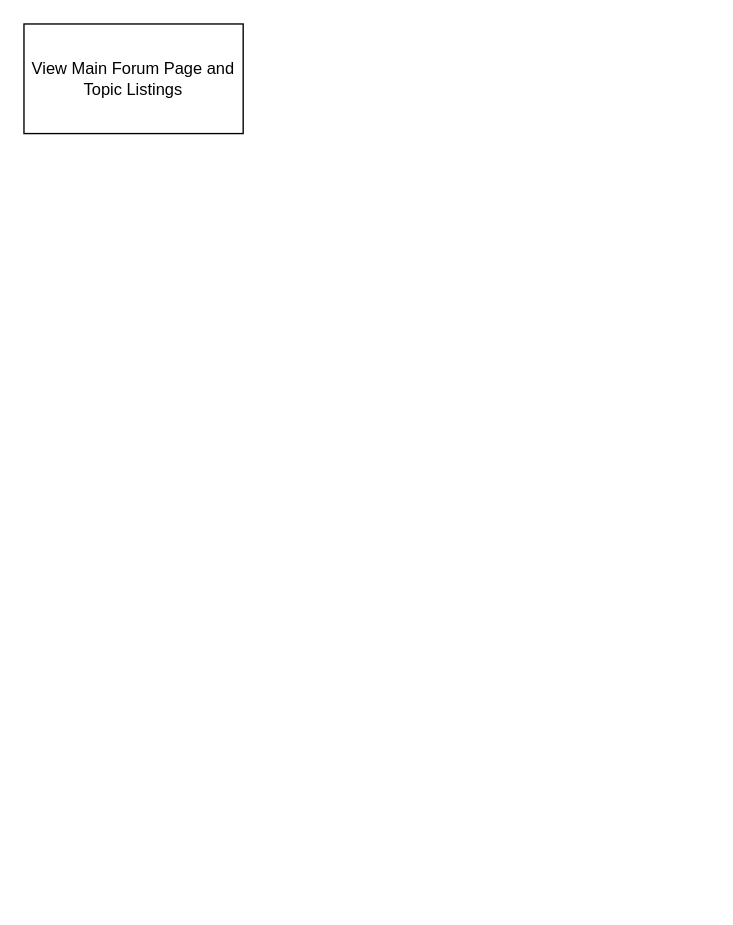
Earlier version of the draw.io diagram page "ViewMessageForum" (9 of 15) of Chronicle_Initial_App_Wireframe_Designs.drawio (Vaibhav-G-Parmar/Chronicle-Your-Ultimate-Travel-Companion). Source tidied: cells renumbered, new cells numbered last; positions are measured from the earlier drawing's top-left corner, leaving out a move shared by most shapes. Both pictures are drawn from the tidied source at 137%, with x=0, y=0 at pixel (23, 23).
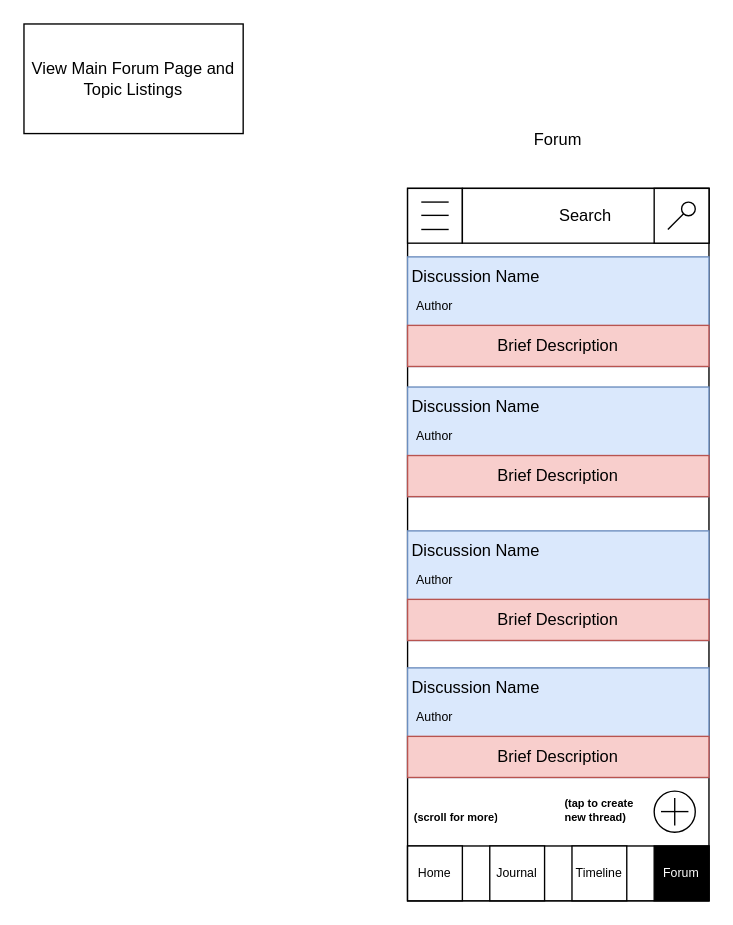
The same page after the edit.

The edit, as a diff of the source:
```diff
@@
+    <mxCell id="3" style="endArrow=none;html=1;rounded=0;" parent="1" edge="1">
+      <mxGeometry relative="1" as="geometry">
+        <mxPoint x="480" y="160" as="sourcePoint" />
+        <mxPoint x="480" y="160" as="targetPoint" />
+      </mxGeometry>
+    </mxCell>
+    <mxCell id="4" style="rounded=0;whiteSpace=wrap;html=1;" parent="1" vertex="1">
+      <mxGeometry x="280" y="120" width="220" height="520" as="geometry" />
+    </mxCell>
+    <mxCell id="5" style="rounded=0;whiteSpace=wrap;html=1;" parent="1" vertex="1">
+      <mxGeometry x="280" y="600" width="220" height="40" as="geometry" />
+    </mxCell>
+    <mxCell id="6" value="Forum" style="rounded=0;whiteSpace=wrap;html=1;fontSize=9;fillColor=#000000;fontColor=#FFFFFF;" parent="1" vertex="1">
+      <mxGeometry x="460" y="600" width="40" height="40" as="geometry" />
+    </mxCell>
+    <mxCell id="7" value="Timeline" style="rounded=0;whiteSpace=wrap;html=1;fontSize=9;" parent="1" vertex="1">
+      <mxGeometry x="400" y="600" width="40" height="40" as="geometry" />
+    </mxCell>
+    <mxCell id="8" value="Journal" style="rounded=0;whiteSpace=wrap;html=1;fontSize=9;" parent="1" vertex="1">
+      <mxGeometry x="340" y="600" width="40" height="40" as="geometry" />
+    </mxCell>
+    <mxCell id="9" value="Home" style="rounded=0;whiteSpace=wrap;html=1;fontSize=9;" parent="1" vertex="1">
+      <mxGeometry x="280" y="600" width="40" height="40" as="geometry" />
+    </mxCell>
+    <mxCell id="10" style="rounded=0;whiteSpace=wrap;html=1;fontSize=9;" parent="1" vertex="1">
+      <mxGeometry x="280" y="120" width="40" height="40" as="geometry" />
+    </mxCell>
+    <mxCell id="11" style="endArrow=none;html=1;rounded=0;" parent="1" edge="1">
+      <mxGeometry relative="1" as="geometry">
+        <mxPoint x="290" y="150" as="sourcePoint" />
+        <mxPoint x="310" y="150" as="targetPoint" />
+      </mxGeometry>
+    </mxCell>
+    <mxCell id="12" style="endArrow=none;html=1;rounded=0;" parent="1" edge="1">
+      <mxGeometry relative="1" as="geometry">
+        <mxPoint x="290" y="139.7" as="sourcePoint" />
+        <mxPoint x="310" y="139.7" as="targetPoint" />
+      </mxGeometry>
+    </mxCell>
+    <mxCell id="13" style="endArrow=none;html=1;rounded=0;" parent="1" edge="1">
+      <mxGeometry relative="1" as="geometry">
+        <mxPoint x="290" y="130" as="sourcePoint" />
+        <mxPoint x="310" y="130" as="targetPoint" />
+      </mxGeometry>
+    </mxCell>
+    <mxCell id="14" value="Search" style="rounded=0;whiteSpace=wrap;html=1;" parent="1" vertex="1">
+      <mxGeometry x="320" y="120" width="180" height="40" as="geometry" />
+    </mxCell>
+    <mxCell id="15" style="whiteSpace=wrap;html=1;" parent="1" vertex="1">
+      <mxGeometry x="460" y="120" width="40" height="40" as="geometry" />
+    </mxCell>
+    <mxCell id="16" style="endArrow=none;html=1;rounded=0;entryX=0;entryY=1;entryDx=0;entryDy=0;" parent="1" edge="1" target="17">
+      <mxGeometry relative="1" as="geometry">
+        <mxPoint x="470" y="150" as="sourcePoint" />
+      </mxGeometry>
+    </mxCell>
+    <mxCell id="17" style="ellipse;whiteSpace=wrap;html=1;" parent="1" vertex="1">
+      <mxGeometry x="480" y="130" width="10" height="10" as="geometry" />
+    </mxCell>
+    <mxCell id="18" value="Forum" style="text;html=1;strokeColor=none;fillColor=none;align=center;verticalAlign=middle;whiteSpace=wrap;rounded=0;" parent="1" vertex="1">
+      <mxGeometry x="360" y="70" width="60" height="30" as="geometry" />
+    </mxCell>
+    <mxCell id="19" style="rounded=0;whiteSpace=wrap;html=1;fillColor=#dae8fc;strokeColor=#6c8ebf;" parent="1" vertex="1">
+      <mxGeometry x="280" y="170" width="220" height="80" as="geometry" />
+    </mxCell>
+    <mxCell id="20" value="Discussion Name" style="text;html=1;strokeColor=none;fillColor=none;align=center;verticalAlign=middle;whiteSpace=wrap;rounded=0;" parent="1" vertex="1">
+      <mxGeometry x="280" y="170" width="100" height="30" as="geometry" />
+    </mxCell>
+    <mxCell id="21" value="&lt;font style=&quot;font-size: 9px;&quot;&gt;Author&lt;/font&gt;" style="text;html=1;strokeColor=none;fillColor=none;align=center;verticalAlign=middle;whiteSpace=wrap;rounded=0;" parent="1" vertex="1">
+      <mxGeometry x="270" y="190" width="60" height="30" as="geometry" />
+    </mxCell>
+    <mxCell id="22" value="Brief Description" style="rounded=0;whiteSpace=wrap;html=1;fillColor=#f8cecc;strokeColor=#b85450;" parent="1" vertex="1">
+      <mxGeometry x="280" y="220" width="220" height="30" as="geometry" />
+    </mxCell>
+    <mxCell id="23" style="rounded=0;whiteSpace=wrap;html=1;fillColor=#dae8fc;strokeColor=#6c8ebf;" parent="1" vertex="1">
+      <mxGeometry x="280" y="265" width="220" height="80" as="geometry" />
+    </mxCell>
+    <mxCell id="24" value="Discussion Name" style="text;html=1;strokeColor=none;fillColor=none;align=center;verticalAlign=middle;whiteSpace=wrap;rounded=0;" parent="1" vertex="1">
+      <mxGeometry x="280" y="265" width="100" height="30" as="geometry" />
+    </mxCell>
+    <mxCell id="25" value="&lt;font style=&quot;font-size: 9px;&quot;&gt;Author&lt;/font&gt;" style="text;html=1;strokeColor=none;fillColor=none;align=center;verticalAlign=middle;whiteSpace=wrap;rounded=0;" parent="1" vertex="1">
+      <mxGeometry x="270" y="285" width="60" height="30" as="geometry" />
+    </mxCell>
+    <mxCell id="26" value="Brief Description" style="rounded=0;whiteSpace=wrap;html=1;fillColor=#f8cecc;strokeColor=#b85450;" parent="1" vertex="1">
+      <mxGeometry x="280" y="315" width="220" height="30" as="geometry" />
+    </mxCell>
+    <mxCell id="27" style="rounded=0;whiteSpace=wrap;html=1;fillColor=#dae8fc;strokeColor=#6c8ebf;" parent="1" vertex="1">
+      <mxGeometry x="280" y="370" width="220" height="80" as="geometry" />
+    </mxCell>
+    <mxCell id="28" value="Discussion Name" style="text;html=1;strokeColor=none;fillColor=none;align=center;verticalAlign=middle;whiteSpace=wrap;rounded=0;" parent="1" vertex="1">
+      <mxGeometry x="280" y="370" width="100" height="30" as="geometry" />
+    </mxCell>
+    <mxCell id="29" value="&lt;font style=&quot;font-size: 9px;&quot;&gt;Author&lt;/font&gt;" style="text;html=1;strokeColor=none;fillColor=none;align=center;verticalAlign=middle;whiteSpace=wrap;rounded=0;" parent="1" vertex="1">
+      <mxGeometry x="270" y="390" width="60" height="30" as="geometry" />
+    </mxCell>
+    <mxCell id="30" value="Brief Description" style="rounded=0;whiteSpace=wrap;html=1;fillColor=#f8cecc;strokeColor=#b85450;" parent="1" vertex="1">
+      <mxGeometry x="280" y="420" width="220" height="30" as="geometry" />
+    </mxCell>
+    <mxCell id="31" style="ellipse;whiteSpace=wrap;html=1;" parent="1" vertex="1">
+      <mxGeometry x="460" y="560" width="30" height="30" as="geometry" />
+    </mxCell>
+    <mxCell id="32" style="endArrow=none;html=1;rounded=0;" parent="1" edge="1">
+      <mxGeometry relative="1" as="geometry">
+        <mxPoint x="475" y="585" as="sourcePoint" />
+        <mxPoint x="475" y="565" as="targetPoint" />
+      </mxGeometry>
+    </mxCell>
+    <mxCell id="33" style="endArrow=none;html=1;rounded=0;" parent="1" edge="1">
+      <mxGeometry relative="1" as="geometry">
+        <mxPoint x="465" y="574.9" as="sourcePoint" />
+        <mxPoint x="485" y="574.9" as="targetPoint" />
+      </mxGeometry>
+    </mxCell>
+    <mxCell id="34" value="&lt;h1 style=&quot;font-size: 8px;&quot;&gt;(tap to create new thread)&lt;/h1&gt;" style="text;html=1;strokeColor=none;fillColor=none;spacing=5;spacingTop=0;whiteSpace=wrap;overflow=hidden;rounded=0;fontSize=8;" parent="1" vertex="1">
+      <mxGeometry x="390" y="550" width="70" height="40" as="geometry" />
+    </mxCell>
+    <mxCell id="35" value="&lt;h1 style=&quot;font-size: 8px;&quot;&gt;(scroll for more)&lt;/h1&gt;" style="text;html=1;strokeColor=none;fillColor=none;spacing=5;spacingTop=0;whiteSpace=wrap;overflow=hidden;rounded=0;fontSize=8;" parent="1" vertex="1">
+      <mxGeometry x="280" y="560" width="70" height="30" as="geometry" />
+    </mxCell>
+    <mxCell id="36" style="rounded=0;whiteSpace=wrap;html=1;fillColor=#dae8fc;strokeColor=#6c8ebf;" parent="1" vertex="1">
+      <mxGeometry x="280" y="470" width="220" height="80" as="geometry" />
+    </mxCell>
+    <mxCell id="37" value="Discussion Name" style="text;html=1;strokeColor=none;fillColor=none;align=center;verticalAlign=middle;whiteSpace=wrap;rounded=0;" parent="1" vertex="1">
+      <mxGeometry x="280" y="470" width="100" height="30" as="geometry" />
+    </mxCell>
+    <mxCell id="38" value="&lt;font style=&quot;font-size: 9px;&quot;&gt;Author&lt;/font&gt;" style="text;html=1;strokeColor=none;fillColor=none;align=center;verticalAlign=middle;whiteSpace=wrap;rounded=0;" parent="1" vertex="1">
+      <mxGeometry x="270" y="490" width="60" height="30" as="geometry" />
+    </mxCell>
+    <mxCell id="39" value="Brief Description" style="rounded=0;whiteSpace=wrap;html=1;fillColor=#f8cecc;strokeColor=#b85450;" parent="1" vertex="1">
+      <mxGeometry x="280" y="520" width="220" height="30" as="geometry" />
+    </mxCell>
```
